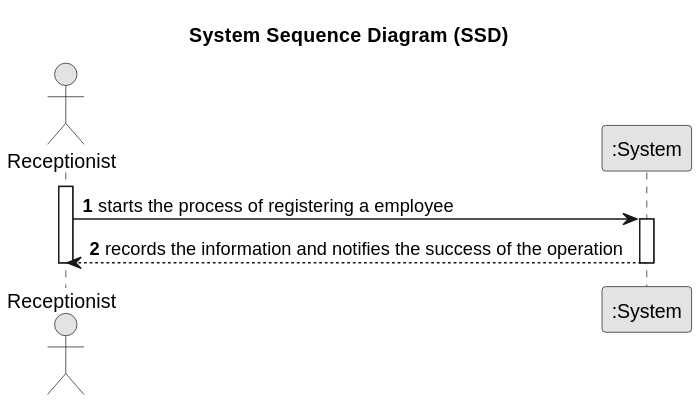
This is sns-base/doc/global/user-story/puml/svg/US021-SSD.svg from rafaafig/SnsTrab, a PlantUML export, as it was before one commit. The source it was exported from:
```plantuml
@startuml
skinparam monochrome true
skinparam packageStyle rectangle
skinparam shadowing false

title System Sequence Diagram (SSD)

autonumber

actor Receptionist
participant ":System" as System

activate Receptionist
    Receptionist -> System : starts the process of registering a employee

activate System
    System --> Receptionist : records the information and notifies the success of the operation
deactivate System
deactivate Receptionist
@enduml
```
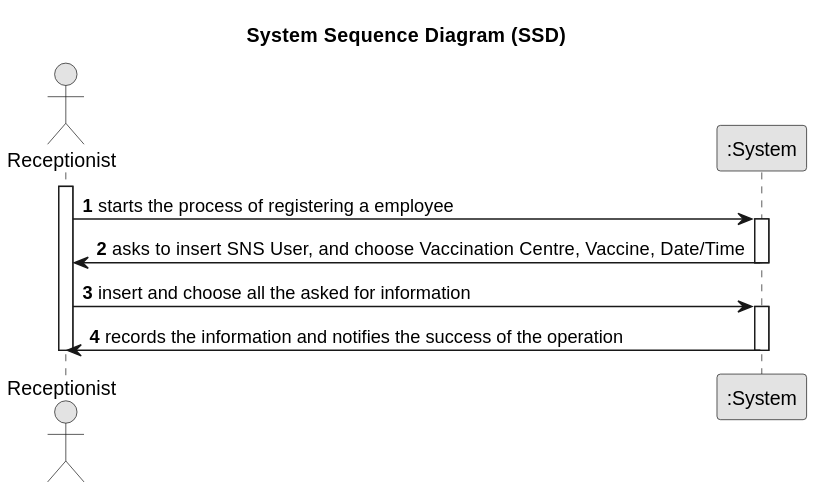
After the commit.

Change to the diagram source:
```diff
@@ -14,7 +14,12 @@
     Receptionist -> System : starts the process of registering a employee
 
 activate System
-    System --> Receptionist : records the information and notifies the success of the operation
+    System -> Receptionist : asks to insert SNS User, and choose Vaccination Centre, Vaccine, Date/Time
+deactivate System
+
+    Receptionist -> System : insert and choose all the asked for information
+activate System
+    System -> Receptionist : records the information and notifies the success of the operation
 deactivate System
 deactivate Receptionist
 @enduml
```
